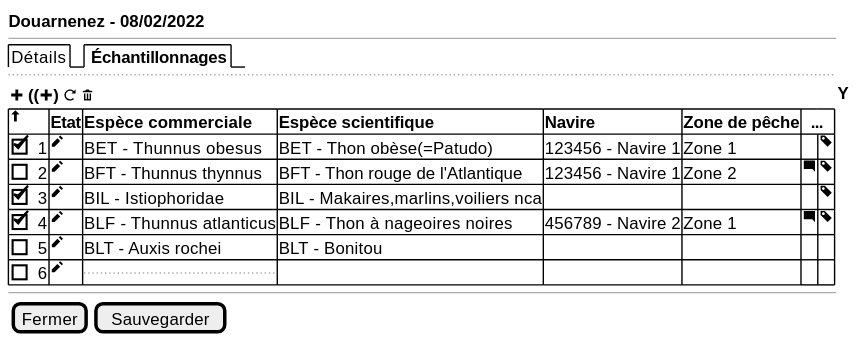
Earlier version of the PlantUML export projects/obsvente/spe/images/landings-table-outremer.svg (sumaris-net/sumaris-doc).
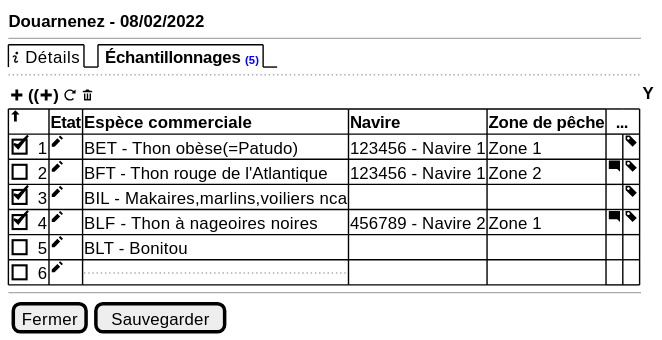
After the change.

What changed in the source:
```diff
@@ -2,18 +2,18 @@
 {
   <b>Douarnenez - 08/02/2022
   --
-  {/  Détails | <b> Échantillonnages}
+  {/  <&info>Détails | <b> Échantillonnages <font color=blue size=8><b>(5)}
   ..
 
   { <&plus> <b>((<&plus>) <&reload> <&trash> } | <b>Y
 	{#
-      <&arrow-thick-top> | <b>Etat | <b>Espèce commerciale | <b>Espèce scientifique   | <b>Navire | <b>Zone de pêche|  <b>  ... | *
-      [X] 1 | <&pencil> |  BET - Thunnus obesus | BET - Thon obèse(=Patudo) |  123456 - Navire 1 | Zone 1 |  . | <&tag>
-      [] 2 |<&pencil>  | BFT - Thunnus thynnus | BFT - Thon rouge de l'Atlantique  | 123456 - Navire 1 | Zone 2 |  <&comment-square> | <&tag>
-      [X] 3 |<&pencil>  | BIL - Istiophoridae | BIL - Makaires,marlins,voiliers nca  | . | . |  . | <&tag>
-      [X] 4 |<&pencil>  | BLF - Thunnus atlanticus | BLF - Thon à nageoires noires  | 456789 - Navire 2 | Zone 1 |  <&comment-square> | <&tag>
-      [] 5 |<&pencil>  | BLT - Auxis rochei | BLT - Bonitou |  . | . | . | .
-      [] 6 | <&pencil>  | ... | . |  . | . | . | .
+      <&arrow-thick-top> | <b>Etat | <b>Espèce commerciale   | <b>Navire | <b>Zone de pêche|  <b>  ... | *
+      [X] 1 | <&pencil> |   BET - Thon obèse(=Patudo) |  123456 - Navire 1 | Zone 1 |  . | <&tag>
+      [] 2 |<&pencil>  |  BFT - Thon rouge de l'Atlantique  | 123456 - Navire 1 | Zone 2 |  <&comment-square> | <&tag>
+      [X] 3 |<&pencil>  |  BIL - Makaires,marlins,voiliers nca  | . | . |  . | <&tag>
+      [X] 4 |<&pencil>  | BLF - Thon à nageoires noires  | 456789 - Navire 2 | Zone 1 |  <&comment-square> | <&tag>
+      [] 5 |<&pencil>  |  BLT - Bonitou |  . | . | . | .
+      [] 6 | <&pencil>  | ... |  . | . | . | .
     }
   --
 
```
